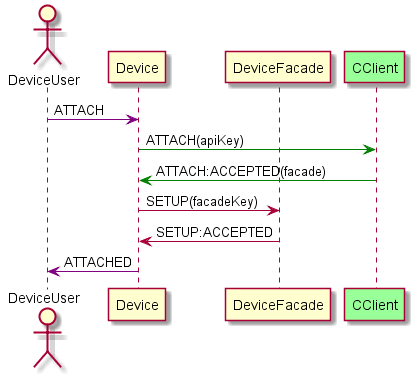
This is doc/flows/1_device_attach.png from nawbar23/fleetmgr, a PlantUML export, as it was before one commit.
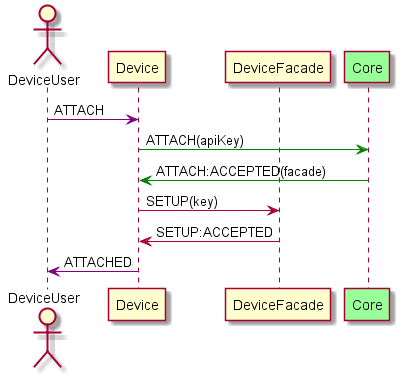
After the commit.

The edit, as a diff of the source:
```diff
@@ -3,16 +3,19 @@
 actor DeviceUser
 participant Device
 participant DeviceFacade
-participant CClient #99FF99
+participant Core #99FF99
 
 DeviceUser -[#purple]> Device: ATTACH
 
-Device -[#green]> CClient: ATTACH(apiKey)
+Device -[#green]> Core: ATTACH(apiKey)
 
 
-CClient -[#green]> Device: ATTACH:ACCEPTED(facade)
 
-Device -> DeviceFacade: SETUP(facadeKey)
+
+
+Core -[#green]> Device: ATTACH:ACCEPTED(facade)
+
+Device -> DeviceFacade: SETUP(key)
 
 
 DeviceFacade -> Device: SETUP:ACCEPTED
```
